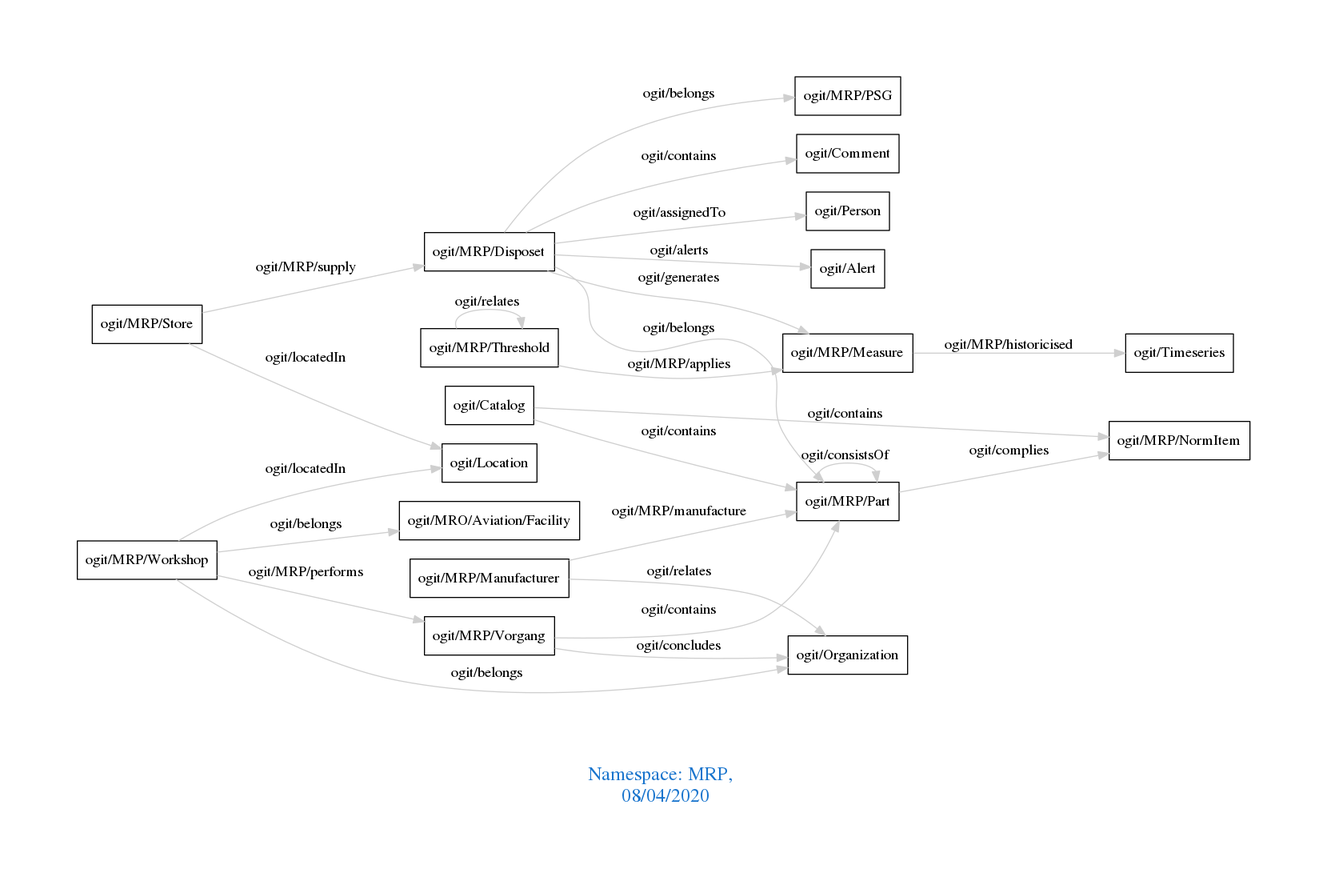
Earlier version of the Graphviz export downloads/MRP.png (arago/OGIT). Its source is kept beside it as downloads/MRP.dot.
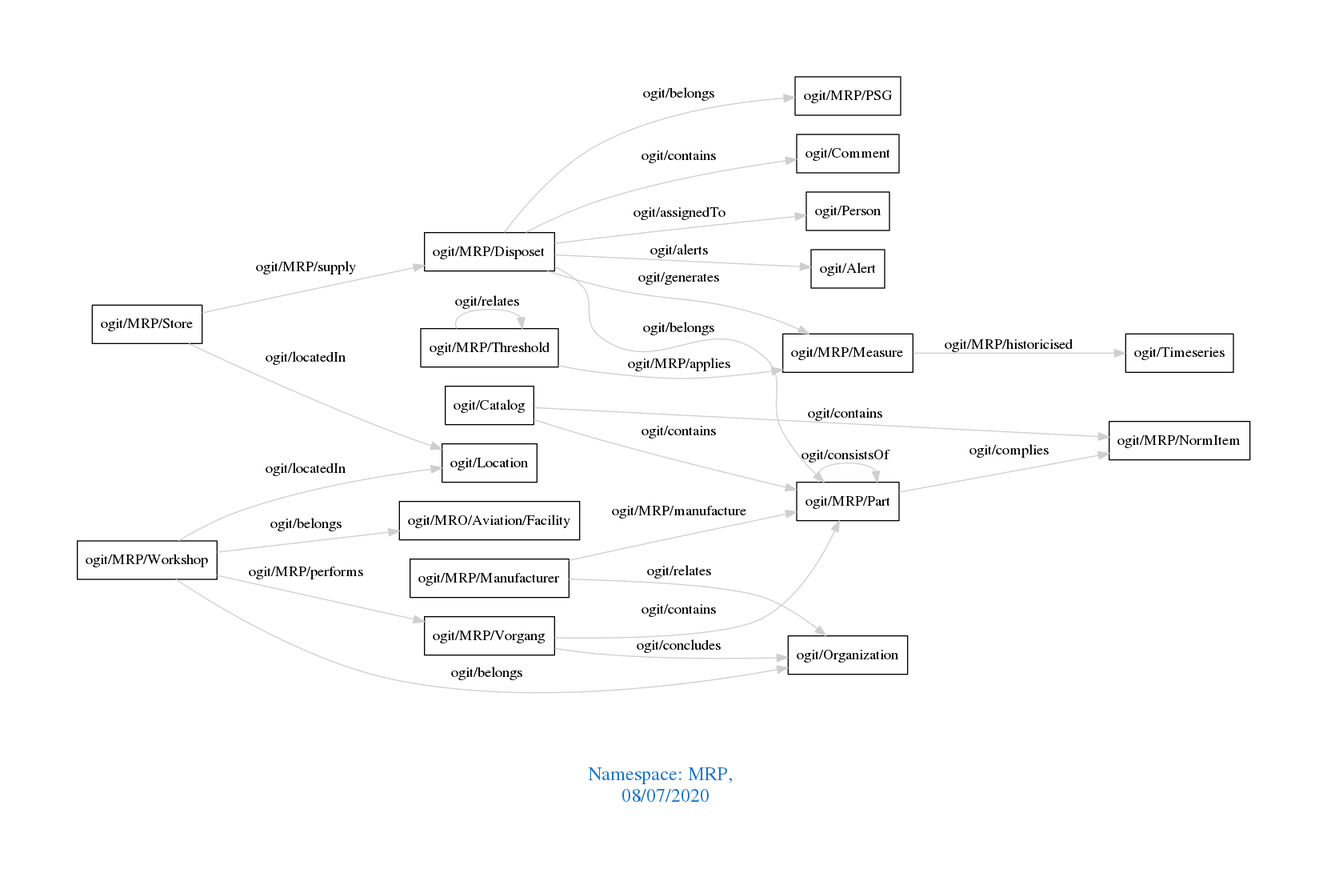
Above is the later version.

Diff of the diagram source:
```diff
@@ -1,7 +1,7 @@
 digraph OGIT_ontology {
  graph [ rankdir= LR,pad=1
 fontsize = 18,
-fontcolor= dodgerblue3,label = "\n\n\nNamespace: MRP, \n 08/04/2020"];
+fontcolor= dodgerblue3,label = "\n\n\nNamespace: MRP, \n 08/07/2020"];
 node[shape=polygon];
 edge [  color="gray81"];
 
```
